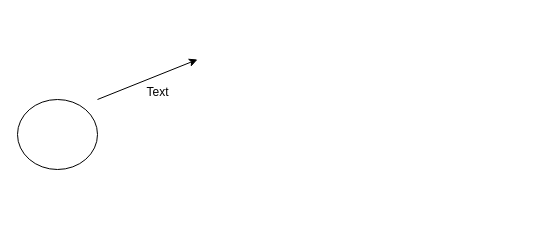
Maxcimix/ProyectoNode keeps this draw.io diagram as Diagrama de transicion.drawio. Above is the earlier version. Source tidied: cells renumbered, new cells numbered last; positions are measured from the earlier drawing's top-left corner, leaving out a move shared by most shapes. Both pictures are drawn from the tidied source at 100%, with x=0, y=0 at pixel (17, 59).
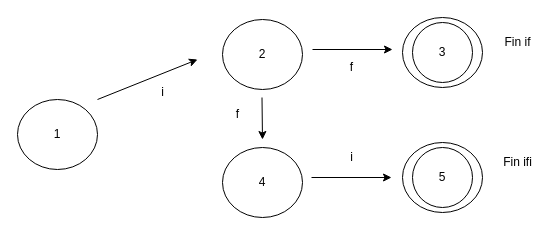
The same diagram, later.

Change to the diagram source:
```diff
@@
-    <mxCell id="2" style="ellipse;whiteSpace=wrap;html=1;" parent="1" vertex="1">
+    <mxCell id="2" value="1" style="ellipse;whiteSpace=wrap;html=1;" parent="1" vertex="1">
       <mxGeometry y="40" width="80" height="70" as="geometry" />
     </mxCell>
@@
-    <mxCell id="4" value="Text" style="text;html=1;align=center;verticalAlign=middle;strokeColor=none;fillColor=none;" parent="1" vertex="1">
-      <mxGeometry x="115" y="18" width="50" height="30" as="geometry" />
+    <mxCell id="4" value="i" style="text;html=1;align=center;verticalAlign=middle;strokeColor=none;fillColor=none;" parent="1" vertex="1">
+      <mxGeometry x="130" y="18" width="30" height="30" as="geometry" />
     </mxCell>
+    <mxCell id="5" value="2" style="ellipse;whiteSpace=wrap;html=1;" parent="1" vertex="1">
+      <mxGeometry x="205" y="-40" width="80" height="70" as="geometry" />
+    </mxCell>
+    <mxCell id="6" style="ellipse;whiteSpace=wrap;html=1;" parent="1" vertex="1">
+      <mxGeometry x="385" y="-42" width="80" height="70" as="geometry" />
+    </mxCell>
+    <mxCell id="7" style="endArrow=classic;html=1;rounded=0;" parent="1" edge="1">
+      <mxGeometry relative="1" as="geometry">
+        <mxPoint x="295" y="-10" as="sourcePoint" />
+        <mxPoint x="375" y="-10" as="targetPoint" />
+      </mxGeometry>
+    </mxCell>
+    <mxCell id="8" value="f" style="text;html=1;align=center;verticalAlign=middle;strokeColor=none;fillColor=none;" parent="1" vertex="1">
+      <mxGeometry x="318.5" y="-7" width="30" height="30" as="geometry" />
+    </mxCell>
+    <mxCell id="9" value="3" style="ellipse;whiteSpace=wrap;html=1;" parent="1" vertex="1">
+      <mxGeometry x="395" y="-37" width="60" height="60" as="geometry" />
+    </mxCell>
+    <mxCell id="10" style="endArrow=classic;html=1;rounded=0;" parent="1" edge="1">
+      <mxGeometry relative="1" as="geometry">
+        <mxPoint x="244.5" y="38" as="sourcePoint" />
+        <mxPoint x="245" y="80" as="targetPoint" />
+      </mxGeometry>
+    </mxCell>
+    <mxCell id="11" value="4" style="ellipse;whiteSpace=wrap;html=1;" parent="1" vertex="1">
+      <mxGeometry x="205" y="88" width="80" height="70" as="geometry" />
+    </mxCell>
+    <mxCell id="12" style="ellipse;whiteSpace=wrap;html=1;" parent="1" vertex="1">
+      <mxGeometry x="385" y="83" width="80" height="70" as="geometry" />
+    </mxCell>
+    <mxCell id="13" style="endArrow=classic;html=1;rounded=0;" parent="1" edge="1">
+      <mxGeometry relative="1" as="geometry">
+        <mxPoint x="294" y="118" as="sourcePoint" />
+        <mxPoint x="374" y="118" as="targetPoint" />
+      </mxGeometry>
+    </mxCell>
+    <mxCell id="14" value="f" style="text;html=1;align=center;verticalAlign=middle;strokeColor=none;fillColor=none;" parent="1" vertex="1">
+      <mxGeometry x="205" y="40" width="30" height="30" as="geometry" />
+    </mxCell>
+    <mxCell id="15" value="5" style="ellipse;whiteSpace=wrap;html=1;" parent="1" vertex="1">
+      <mxGeometry x="395" y="88" width="60" height="60" as="geometry" />
+    </mxCell>
+    <mxCell id="16" value="i" style="text;html=1;align=center;verticalAlign=middle;strokeColor=none;fillColor=none;" parent="1" vertex="1">
+      <mxGeometry x="319" y="83" width="30" height="30" as="geometry" />
+    </mxCell>
+    <mxCell id="17" value="Fin if" style="text;html=1;align=center;verticalAlign=middle;strokeColor=none;fillColor=none;" parent="1" vertex="1">
+      <mxGeometry x="475" y="-32" width="50" height="30" as="geometry" />
+    </mxCell>
+    <mxCell id="18" value="Fin ifi" style="text;html=1;align=center;verticalAlign=middle;strokeColor=none;fillColor=none;" parent="1" vertex="1">
+      <mxGeometry x="475" y="88" width="50" height="30" as="geometry" />
+    </mxCell>
```
